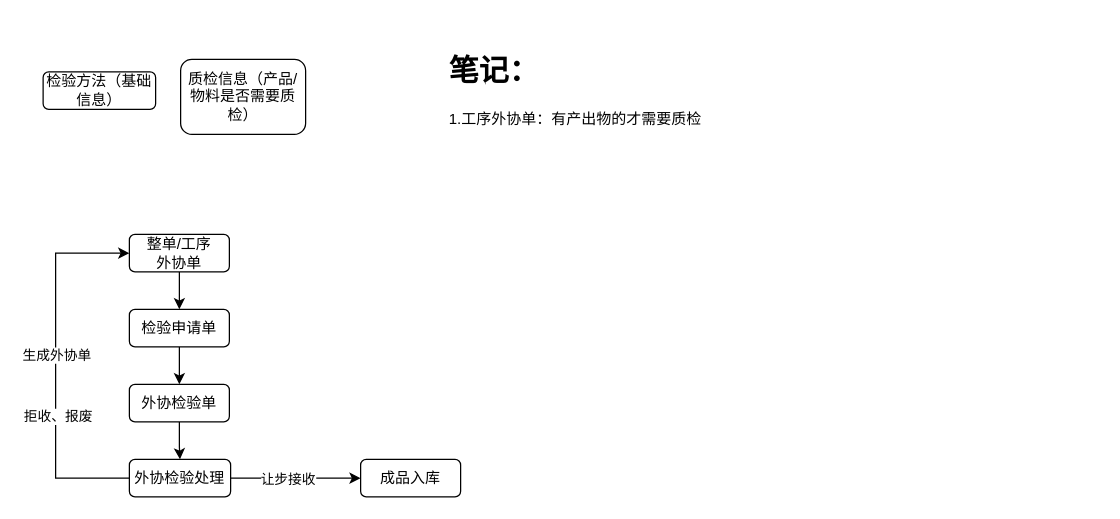
Above: 红壹-V0.4.4-外协质检.drawio in 171437912/drawfiles (draw.io), before the change. Source tidied: cells renumbered, new cells numbered last; positions are measured from the earlier drawing's top-left corner, leaving out a move shared by most shapes. Both pictures are drawn from the tidied source at 125%, with x=0, y=0 at pixel (42, 46).
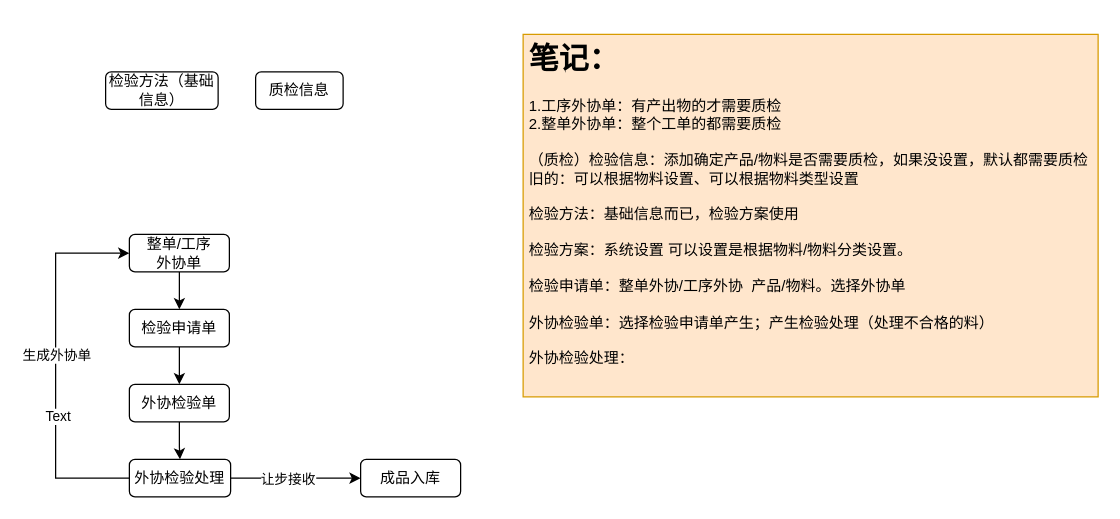
The same page after the edit.

Commit message:
更新红壹-V0.4.4-外协质检.drawio

Diff of the diagram source:
```diff
@@
 <mxGraphModel>
   <root>
     <mxCell id="0" />
     <mxCell id="1" parent="0" />
     <mxCell id="2" style="edgeStyle=orthogonalEdgeStyle;rounded=0;jettySize=auto;html=1;" parent="1" edge="1" source="3" target="7">
       <mxGeometry relative="1" as="geometry" />
     </mxCell>
     <mxCell id="3" value="检验申请单" style="rounded=1;whiteSpace=wrap;html=1;fontSize=12;glass=0;strokeWidth=1;shadow=0;" parent="1" vertex="1">
       <mxGeometry x="69" y="210" width="80" height="30" as="geometry" />
     </mxCell>
     <mxCell id="4" style="edgeStyle=orthogonalEdgeStyle;rounded=0;jettySize=auto;html=1;entryX=0.5;entryY=0;entryDx=0;entryDy=0;" parent="1" edge="1" source="5" target="3">
       <mxGeometry relative="1" as="geometry" />
     </mxCell>
     <mxCell id="5" value="整单/工序&lt;br&gt;外协单" style="rounded=1;whiteSpace=wrap;html=1;fontSize=12;glass=0;strokeWidth=1;shadow=0;" parent="1" vertex="1">
       <mxGeometry x="69" y="150" width="80" height="30" as="geometry" />
     </mxCell>
     <mxCell id="6" style="edgeStyle=orthogonalEdgeStyle;rounded=0;jettySize=auto;html=1;" parent="1" edge="1" source="7" target="13">
       <mxGeometry relative="1" as="geometry" />
     </mxCell>
     <mxCell id="7" value="外协检验单" style="rounded=1;whiteSpace=wrap;html=1;fontSize=12;glass=0;strokeWidth=1;shadow=0;" parent="1" vertex="1">
       <mxGeometry x="69" y="270" width="80" height="30" as="geometry" />
     </mxCell>
     <mxCell id="8" style="edgeStyle=orthogonalEdgeStyle;rounded=0;jettySize=auto;html=1;exitX=0;exitY=0.5;exitDx=0;exitDy=0;" parent="1" edge="1" source="13" target="5">
       <mxGeometry relative="1" as="geometry">
         <Array as="points">
           <mxPoint x="10" y="345" />
           <mxPoint x="10" y="165" />
         </Array>
       </mxGeometry>
     </mxCell>
     <mxCell id="9" value="生成外协单" style="edgeLabel;html=1;align=center;verticalAlign=middle;" parent="8" vertex="1">
       <mxGeometry x="0.06" relative="1" as="geometry" />
     </mxCell>
-    <mxCell id="10" value="拒收、报废" style="edgeLabel;html=1;align=center;verticalAlign=middle;" parent="8" vertex="1">
+    <mxCell id="10" value="Text" style="edgeLabel;html=1;align=center;verticalAlign=middle;" parent="8" vertex="1">
       <mxGeometry x="-0.27" y="-1" relative="1" as="geometry" />
     </mxCell>
     <mxCell id="11" style="edgeStyle=orthogonalEdgeStyle;rounded=0;jettySize=auto;html=1;entryX=0;entryY=0.5;entryDx=0;entryDy=0;" parent="1" edge="1" source="13" target="17">
       <mxGeometry relative="1" as="geometry" />
     </mxCell>
     <mxCell id="12" value="让步接收" style="edgeLabel;html=1;align=center;verticalAlign=middle;" parent="11" vertex="1">
       <mxGeometry x="-0.13" relative="1" as="geometry" />
     </mxCell>
     <mxCell id="13" value="外协检验处理" style="rounded=1;whiteSpace=wrap;html=1;fontSize=12;glass=0;strokeWidth=1;shadow=0;" parent="1" vertex="1">
       <mxGeometry x="69" y="330" width="81" height="30" as="geometry" />
     </mxCell>
-    <mxCell id="14" value="&lt;h1&gt;笔记：&lt;/h1&gt;&lt;div&gt;1.工序外协单：有产出物的才需要质检&lt;/div&gt;" style="text;html=1;strokeColor=none;fillColor=none;spacing=5;spacingTop=-20;whiteSpace=wrap;overflow=hidden;rounded=0;" parent="1" vertex="1">
-      <mxGeometry x="320" width="340" height="120" as="geometry" />
+    <mxCell id="14" value="&lt;h1&gt;笔记：&lt;/h1&gt;&lt;div&gt;1.工序外协单：有产出物的才需要质检&lt;br&gt;&lt;/div&gt;&lt;div&gt;2.整单外协单：整个工单的都需要质检&lt;/div&gt;&lt;div&gt;&lt;br&gt;&lt;/div&gt;&lt;div&gt;（质检）检验信息：添加确定产品/物料是否需要质检，如果没设置，默认都需要质检&lt;/div&gt;&lt;div&gt;旧的：可以根据物料设置、可以根据物料类型设置&lt;/div&gt;&lt;div&gt;&lt;br&gt;&lt;/div&gt;&lt;div&gt;检验方法：基础信息而已，检验方案使用&lt;/div&gt;&lt;div&gt;&lt;br&gt;&lt;/div&gt;&lt;div&gt;检验方案：系统设置 可以设置是根据物料/物料分类设置。&lt;/div&gt;&lt;div&gt;&lt;br&gt;&lt;/div&gt;&lt;div&gt;检验申请单：整单外协/工序外协&amp;nbsp; 产品/物料。选择外协单&lt;/div&gt;&lt;div&gt;&lt;br&gt;&lt;/div&gt;&lt;div&gt;外协检验单：选择检验申请单产生；产生检验处理（处理不合格的料）&lt;/div&gt;&lt;div&gt;&lt;br&gt;&lt;/div&gt;&lt;div&gt;外协检验处理：&amp;nbsp;&lt;/div&gt;&lt;div&gt;&lt;br&gt;&lt;/div&gt;&lt;div&gt;&lt;br&gt;&lt;/div&gt;&lt;div&gt;&lt;br&gt;&lt;/div&gt;&lt;div&gt;&lt;br&gt;&lt;/div&gt;&lt;div&gt;&lt;br&gt;&lt;/div&gt;&lt;div&gt;&lt;br&gt;&lt;/div&gt;&lt;div&gt;&lt;br&gt;&lt;/div&gt;&lt;div&gt;&lt;br&gt;&lt;/div&gt;&lt;div&gt;&lt;br&gt;&lt;/div&gt;" style="text;html=1;strokeColor=#d79b00;fillColor=#ffe6cc;spacing=5;spacingTop=-20;whiteSpace=wrap;overflow=hidden;rounded=0;" parent="1" vertex="1">
+      <mxGeometry x="384" y="-10" width="460" height="290" as="geometry" />
     </mxCell>
-    <mxCell id="15" value="质检信息（产品/物料是否需要质检）" style="rounded=1;whiteSpace=wrap;html=1;fontSize=12;glass=0;strokeWidth=1;shadow=0;" parent="1" vertex="1">
-      <mxGeometry x="110" y="10" width="100" height="60" as="geometry" />
+    <mxCell id="15" value="质检信息" style="rounded=1;whiteSpace=wrap;html=1;fontSize=12;glass=0;strokeWidth=1;shadow=0;" parent="1" vertex="1">
+      <mxGeometry x="170" y="20" width="70" height="30" as="geometry" />
     </mxCell>
     <mxCell id="16" value="检验方法（基础信息）" style="rounded=1;whiteSpace=wrap;html=1;fontSize=12;glass=0;strokeWidth=1;shadow=0;" parent="1" vertex="1">
-      <mxGeometry y="20" width="90" height="30" as="geometry" />
+      <mxGeometry x="50" y="20" width="90" height="30" as="geometry" />
     </mxCell>
     <mxCell id="17" value="成品入库" style="rounded=1;whiteSpace=wrap;html=1;fontSize=12;glass=0;strokeWidth=1;shadow=0;" parent="1" vertex="1">
       <mxGeometry x="254" y="330" width="80" height="30" as="geometry" />
     </mxCell>
   </root>
 </mxGraphModel>
```
